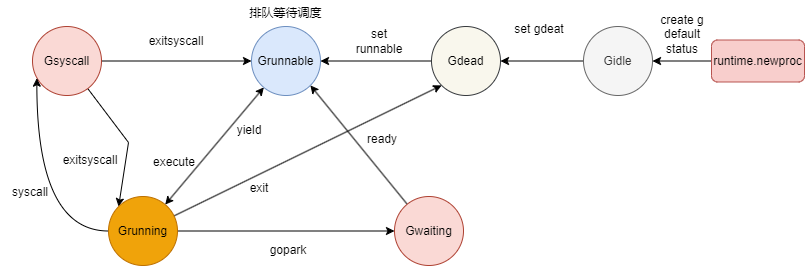
Before: go/goroutine状态机.drawio.png, a diagram exported from draw.io (xmopen/drawio). Source tidied: cells renumbered, new cells last; positions are measured from the earlier drawing's top-left corner, leaving out a move shared by most shapes. The source it was exported from:
```xml
<mxGraphModel>
  <root>
    <mxCell id="0" />
    <mxCell id="1" parent="0" />
    <mxCell id="2" style="edgeStyle=orthogonalEdgeStyle;rounded=0;jettySize=auto;html=1;entryX=0;entryY=0.5;entryDx=0;entryDy=0;" parent="1" edge="1" source="4" target="8">
      <mxGeometry relative="1" as="geometry" />
    </mxCell>
    <mxCell id="3" style="rounded=0;jettySize=auto;html=1;entryX=0;entryY=0;entryDx=0;entryDy=0;" parent="1" edge="1" source="4" target="11">
      <mxGeometry relative="1" as="geometry">
        <Array as="points">
          <mxPoint x="128" y="142" />
        </Array>
      </mxGeometry>
    </mxCell>
    <mxCell id="4" value="Gsyscall" style="ellipse;whiteSpace=wrap;html=1;fillColor=#fad9d5;strokeColor=#ae4132;" parent="1" vertex="1">
      <mxGeometry x="32" y="26" width="69" height="69" as="geometry" />
    </mxCell>
    <mxCell id="5" style="edgeStyle=orthogonalEdgeStyle;rounded=0;jettySize=auto;html=1;entryX=1;entryY=0.5;entryDx=0;entryDy=0;" parent="1" edge="1" source="6" target="23">
      <mxGeometry relative="1" as="geometry" />
    </mxCell>
    <mxCell id="6" value="runtime.newproc" style="rounded=1;whiteSpace=wrap;html=1;fillColor=#f8cecc;strokeColor=#b85450;" parent="1" vertex="1">
      <mxGeometry x="711" y="39.5" width="93" height="42" as="geometry" />
    </mxCell>
    <mxCell id="7" style="rounded=0;jettySize=auto;html=1;startArrow=classic;startFill=1;" parent="1" edge="1" source="8" target="11">
      <mxGeometry relative="1" as="geometry" />
    </mxCell>
    <mxCell id="8" value="Grunnable" style="ellipse;whiteSpace=wrap;html=1;fillColor=#dae8fc;strokeColor=#6c8ebf;" parent="1" vertex="1">
      <mxGeometry x="251" y="26" width="69" height="69" as="geometry" />
    </mxCell>
    <mxCell id="9" style="edgeStyle=orthogonalEdgeStyle;rounded=0;jettySize=auto;html=1;entryX=0;entryY=0.5;entryDx=0;entryDy=0;" parent="1" edge="1" source="11" target="13">
      <mxGeometry relative="1" as="geometry" />
    </mxCell>
    <mxCell id="10" style="rounded=0;jettySize=auto;html=1;entryX=0;entryY=1;entryDx=0;entryDy=0;" parent="1" edge="1" source="11" target="25">
      <mxGeometry relative="1" as="geometry" />
    </mxCell>
    <mxCell id="11" value="Grunning" style="ellipse;whiteSpace=wrap;html=1;fillColor=#f0a30a;strokeColor=#BD7000;fontColor=#000000;" parent="1" vertex="1">
      <mxGeometry x="108" y="196" width="69" height="69" as="geometry" />
    </mxCell>
    <mxCell id="12" style="rounded=0;jettySize=auto;html=1;entryX=1;entryY=1;entryDx=0;entryDy=0;" parent="1" edge="1" source="13" target="8">
      <mxGeometry relative="1" as="geometry" />
    </mxCell>
    <mxCell id="13" value="Gwaiting" style="ellipse;whiteSpace=wrap;html=1;fillColor=#fad9d5;strokeColor=#ae4132;" parent="1" vertex="1">
      <mxGeometry x="394" y="196" width="69" height="69" as="geometry" />
    </mxCell>
    <mxCell id="14" value="gopark" style="text;html=1;strokeColor=none;fillColor=none;align=center;verticalAlign=middle;whiteSpace=wrap;rounded=0;" parent="1" vertex="1">
      <mxGeometry x="258" y="235" width="60" height="30" as="geometry" />
    </mxCell>
    <mxCell id="15" value="execute" style="text;html=1;strokeColor=none;fillColor=none;align=center;verticalAlign=middle;whiteSpace=wrap;rounded=0;" parent="1" vertex="1">
      <mxGeometry x="144" y="147" width="60" height="30" as="geometry" />
    </mxCell>
    <mxCell id="16" value="yield" style="text;html=1;strokeColor=none;fillColor=none;align=center;verticalAlign=middle;whiteSpace=wrap;rounded=0;" parent="1" vertex="1">
      <mxGeometry x="219" y="115" width="60" height="30" as="geometry" />
    </mxCell>
    <mxCell id="17" value="ready" style="text;html=1;strokeColor=none;fillColor=none;align=center;verticalAlign=middle;whiteSpace=wrap;rounded=0;" parent="1" vertex="1">
      <mxGeometry x="352" y="124" width="60" height="30" as="geometry" />
    </mxCell>
    <mxCell id="18" style="edgeStyle=orthogonalEdgeStyle;rounded=0;jettySize=auto;html=1;entryX=0.063;entryY=0.749;entryDx=0;entryDy=0;entryPerimeter=0;curved=1;" parent="1" edge="1" source="11" target="4">
      <mxGeometry relative="1" as="geometry" />
    </mxCell>
    <mxCell id="19" value="syscall" style="text;html=1;strokeColor=none;fillColor=none;align=center;verticalAlign=middle;whiteSpace=wrap;rounded=0;" parent="1" vertex="1">
      <mxGeometry y="177" width="60" height="30" as="geometry" />
    </mxCell>
    <mxCell id="20" value="exitsyscall" style="text;html=1;strokeColor=none;fillColor=none;align=center;verticalAlign=middle;whiteSpace=wrap;rounded=0;" parent="1" vertex="1">
      <mxGeometry x="60" y="145" width="60" height="30" as="geometry" />
    </mxCell>
    <mxCell id="21" value="exitsyscall" style="text;html=1;strokeColor=none;fillColor=none;align=center;verticalAlign=middle;whiteSpace=wrap;rounded=0;" parent="1" vertex="1">
      <mxGeometry x="146" y="26" width="60" height="30" as="geometry" />
    </mxCell>
    <mxCell id="22" style="edgeStyle=orthogonalEdgeStyle;rounded=0;jettySize=auto;html=1;" parent="1" edge="1" source="23" target="25">
      <mxGeometry relative="1" as="geometry" />
    </mxCell>
    <mxCell id="23" value="Gidle" style="ellipse;whiteSpace=wrap;html=1;fillColor=#f5f5f5;fontColor=#333333;strokeColor=#666666;" parent="1" vertex="1">
      <mxGeometry x="583" y="26" width="69" height="69" as="geometry" />
    </mxCell>
    <mxCell id="24" style="edgeStyle=orthogonalEdgeStyle;rounded=0;jettySize=auto;html=1;" parent="1" edge="1" source="25" target="8">
      <mxGeometry relative="1" as="geometry" />
    </mxCell>
    <mxCell id="25" value="Gdead" style="ellipse;whiteSpace=wrap;html=1;fillColor=#f9f7ed;strokeColor=#36393d;" parent="1" vertex="1">
      <mxGeometry x="431" y="26" width="69" height="69" as="geometry" />
    </mxCell>
    <mxCell id="26" value="排队等待调度" style="text;html=1;strokeColor=none;fillColor=none;align=center;verticalAlign=middle;whiteSpace=wrap;rounded=0;" parent="1" vertex="1">
      <mxGeometry x="246" width="79" height="26" as="geometry" />
    </mxCell>
    <mxCell id="27" value="exit" style="text;html=1;strokeColor=none;fillColor=none;align=center;verticalAlign=middle;whiteSpace=wrap;rounded=0;" parent="1" vertex="1">
      <mxGeometry x="229" y="173" width="60" height="30" as="geometry" />
    </mxCell>
    <mxCell id="28" value="create g default status" style="text;html=1;strokeColor=none;fillColor=none;align=center;verticalAlign=middle;whiteSpace=wrap;rounded=0;" parent="1" vertex="1">
      <mxGeometry x="652" y="19" width="60" height="30" as="geometry" />
    </mxCell>
    <mxCell id="29" value="set gdeat" style="text;html=1;strokeColor=none;fillColor=none;align=center;verticalAlign=middle;whiteSpace=wrap;rounded=0;" parent="1" vertex="1">
      <mxGeometry x="509" y="14" width="60" height="30" as="geometry" />
    </mxCell>
    <mxCell id="30" value="set runnable" style="text;html=1;strokeColor=none;fillColor=none;align=center;verticalAlign=middle;whiteSpace=wrap;rounded=0;" parent="1" vertex="1">
      <mxGeometry x="349" y="26" width="60" height="30" as="geometry" />
    </mxCell>
  </root>
</mxGraphModel>
```
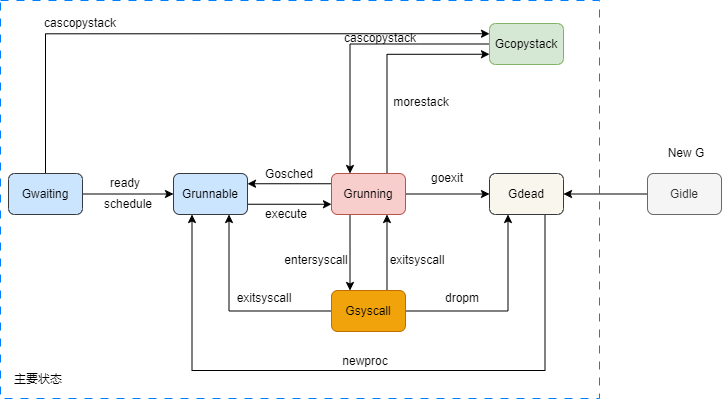
The same file after the commit.

Commit message:
更新goroutine状态机.drawio.png

Diff of the diagram source:
```diff
@@ -2,96 +2,122 @@
   <root>
     <mxCell id="0" />
     <mxCell id="1" parent="0" />
-    <mxCell id="2" style="edgeStyle=orthogonalEdgeStyle;rounded=0;jettySize=auto;html=1;entryX=0;entryY=0.5;entryDx=0;entryDy=0;" parent="1" edge="1" source="4" target="8">
-      <mxGeometry relative="1" as="geometry" />
-    </mxCell>
-    <mxCell id="3" style="rounded=0;jettySize=auto;html=1;entryX=0;entryY=0;entryDx=0;entryDy=0;" parent="1" edge="1" source="4" target="11">
-      <mxGeometry relative="1" as="geometry">
-        <Array as="points">
-          <mxPoint x="128" y="142" />
-        </Array>
-      </mxGeometry>
-    </mxCell>
-    <mxCell id="4" value="Gsyscall" style="ellipse;whiteSpace=wrap;html=1;fillColor=#fad9d5;strokeColor=#ae4132;" parent="1" vertex="1">
-      <mxGeometry x="32" y="26" width="69" height="69" as="geometry" />
-    </mxCell>
-    <mxCell id="5" style="edgeStyle=orthogonalEdgeStyle;rounded=0;jettySize=auto;html=1;entryX=1;entryY=0.5;entryDx=0;entryDy=0;" parent="1" edge="1" source="6" target="23">
-      <mxGeometry relative="1" as="geometry" />
-    </mxCell>
-    <mxCell id="6" value="runtime.newproc" style="rounded=1;whiteSpace=wrap;html=1;fillColor=#f8cecc;strokeColor=#b85450;" parent="1" vertex="1">
-      <mxGeometry x="711" y="39.5" width="93" height="42" as="geometry" />
-    </mxCell>
+    <mxCell id="31" style="rounded=0;whiteSpace=wrap;html=1;dashed=1;dashPattern=8 8;strokeColor=#007FFF;" parent="1" vertex="1">
+      <mxGeometry x="196" y="556" width="599" height="398" as="geometry" />
+    </mxCell>
+    <mxCell id="22" style="edgeStyle=orthogonalEdgeStyle;rounded=0;jettySize=auto;html=1;" parent="1" edge="1" source="23" target="25">
+      <mxGeometry relative="1" as="geometry" />
+    </mxCell>
+    <mxCell id="23" value="Gidle" style="rounded=1;whiteSpace=wrap;html=1;fillColor=#f5f5f5;fontColor=#333333;strokeColor=#666666;" parent="1" vertex="1">
+      <mxGeometry x="843" y="729" width="74" height="41" as="geometry" />
+    </mxCell>
+    <mxCell id="32" value="New G" style="text;html=1;strokeColor=none;fillColor=none;align=center;verticalAlign=middle;whiteSpace=wrap;rounded=0;" parent="1" vertex="1">
+      <mxGeometry x="852" y="694" width="60" height="30" as="geometry" />
+    </mxCell>
+    <mxCell id="24" style="edgeStyle=orthogonalEdgeStyle;rounded=0;jettySize=auto;html=1;exitX=0.75;exitY=1;exitDx=0;exitDy=0;entryX=0.25;entryY=1;entryDx=0;entryDy=0;" parent="1" edge="1" source="25" target="8">
+      <mxGeometry relative="1" as="geometry">
+        <Array as="points">
+          <mxPoint x="741" y="926" />
+          <mxPoint x="388" y="926" />
+        </Array>
+      </mxGeometry>
+    </mxCell>
+    <mxCell id="25" value="Gdead" style="rounded=1;whiteSpace=wrap;html=1;fillColor=#f9f7ed;strokeColor=#36393d;" parent="1" vertex="1">
+      <mxGeometry x="685" y="729" width="74" height="41" as="geometry" />
+    </mxCell>
+    <mxCell id="33" style="edgeStyle=orthogonalEdgeStyle;rounded=0;jettySize=auto;html=1;exitX=0;exitY=0.25;exitDx=0;exitDy=0;entryX=1;entryY=0.25;entryDx=0;entryDy=0;" parent="1" edge="1" source="11" target="8">
+      <mxGeometry relative="1" as="geometry" />
+    </mxCell>
+    <mxCell id="34" style="edgeStyle=orthogonalEdgeStyle;rounded=0;jettySize=auto;html=1;exitX=0.75;exitY=0;exitDx=0;exitDy=0;entryX=0;entryY=0.75;entryDx=0;entryDy=0;" parent="1" edge="1" source="11" target="37">
+      <mxGeometry relative="1" as="geometry" />
+    </mxCell>
+    <mxCell id="18" style="edgeStyle=orthogonalEdgeStyle;rounded=0;jettySize=auto;html=1;exitX=0.25;exitY=1;exitDx=0;exitDy=0;entryX=0.25;entryY=0;entryDx=0;entryDy=0;" parent="1" edge="1" source="11" target="4">
+      <mxGeometry relative="1" as="geometry" />
+    </mxCell>
+    <mxCell id="10" style="edgeStyle=orthogonalEdgeStyle;rounded=0;jettySize=auto;html=1;" parent="1" edge="1" source="11" target="25">
+      <mxGeometry relative="1" as="geometry" />
+    </mxCell>
+    <mxCell id="11" value="Grunning" style="rounded=1;whiteSpace=wrap;html=1;fillColor=#f8cecc;strokeColor=#b85450;" parent="1" vertex="1">
+      <mxGeometry x="527" y="729" width="74" height="41" as="geometry" />
+    </mxCell>
-    <mxCell id="7" style="rounded=0;jettySize=auto;html=1;startArrow=classic;startFill=1;" parent="1" edge="1" source="8" target="11">
+    <mxCell id="7" style="edgeStyle=orthogonalEdgeStyle;rounded=0;jettySize=auto;html=1;exitX=1;exitY=0.75;exitDx=0;exitDy=0;entryX=0;entryY=0.75;entryDx=0;entryDy=0;" parent="1" edge="1" source="8" target="11">
       <mxGeometry relative="1" as="geometry" />
     </mxCell>
-    <mxCell id="8" value="Grunnable" style="ellipse;whiteSpace=wrap;html=1;fillColor=#dae8fc;strokeColor=#6c8ebf;" parent="1" vertex="1">
-      <mxGeometry x="251" y="26" width="69" height="69" as="geometry" />
+    <mxCell id="8" value="Grunnable" style="rounded=1;whiteSpace=wrap;html=1;fillColor=#cce5ff;strokeColor=#36393d;" parent="1" vertex="1">
+      <mxGeometry x="369" y="729" width="74" height="41" as="geometry" />
     </mxCell>
-    <mxCell id="9" style="edgeStyle=orthogonalEdgeStyle;rounded=0;jettySize=auto;html=1;entryX=0;entryY=0.5;entryDx=0;entryDy=0;" parent="1" edge="1" source="11" target="13">
-      <mxGeometry relative="1" as="geometry" />
-    </mxCell>
-    <mxCell id="10" style="rounded=0;jettySize=auto;html=1;entryX=0;entryY=1;entryDx=0;entryDy=0;" parent="1" edge="1" source="11" target="25">
-      <mxGeometry relative="1" as="geometry" />
-    </mxCell>
-    <mxCell id="11" value="Grunning" style="ellipse;whiteSpace=wrap;html=1;fillColor=#f0a30a;strokeColor=#BD7000;fontColor=#000000;" parent="1" vertex="1">
-      <mxGeometry x="108" y="196" width="69" height="69" as="geometry" />
-    </mxCell>
+    <mxCell id="35" value="Gosched" style="text;html=1;strokeColor=none;fillColor=none;align=center;verticalAlign=middle;whiteSpace=wrap;rounded=0;" parent="1" vertex="1">
+      <mxGeometry x="455" y="715" width="60" height="30" as="geometry" />
+    </mxCell>
+    <mxCell id="15" value="execute" style="text;html=1;strokeColor=none;fillColor=none;align=center;verticalAlign=middle;whiteSpace=wrap;rounded=0;" parent="1" vertex="1">
+      <mxGeometry x="452" y="755" width="60" height="30" as="geometry" />
+    </mxCell>
+    <mxCell id="36" style="edgeStyle=orthogonalEdgeStyle;rounded=0;jettySize=auto;html=1;entryX=0.25;entryY=0;entryDx=0;entryDy=0;" parent="1" edge="1" source="37" target="11">
+      <mxGeometry relative="1" as="geometry" />
+    </mxCell>
+    <mxCell id="37" value="Gcopystack" style="rounded=1;whiteSpace=wrap;html=1;fillColor=#d5e8d4;strokeColor=#82b366;" parent="1" vertex="1">
+      <mxGeometry x="685" y="579" width="74" height="41" as="geometry" />
+    </mxCell>
+    <mxCell id="38" value="morestack" style="text;html=1;strokeColor=none;fillColor=none;align=center;verticalAlign=middle;whiteSpace=wrap;rounded=0;" parent="1" vertex="1">
+      <mxGeometry x="587" y="643" width="60" height="30" as="geometry" />
+    </mxCell>
+    <mxCell id="3" style="edgeStyle=orthogonalEdgeStyle;rounded=0;jettySize=auto;html=1;exitX=0.75;exitY=0;exitDx=0;exitDy=0;entryX=0.75;entryY=1;entryDx=0;entryDy=0;" parent="1" edge="1" source="4" target="11">
+      <mxGeometry relative="1" as="geometry" />
+    </mxCell>
+    <mxCell id="2" style="edgeStyle=orthogonalEdgeStyle;rounded=0;jettySize=auto;html=1;entryX=0.75;entryY=1;entryDx=0;entryDy=0;" parent="1" edge="1" source="4" target="8">
+      <mxGeometry relative="1" as="geometry" />
+    </mxCell>
+    <mxCell id="39" style="edgeStyle=orthogonalEdgeStyle;rounded=0;jettySize=auto;html=1;entryX=0.25;entryY=1;entryDx=0;entryDy=0;" parent="1" edge="1" source="4" target="25">
+      <mxGeometry relative="1" as="geometry" />
+    </mxCell>
+    <mxCell id="4" value="Gsyscall" style="rounded=1;whiteSpace=wrap;html=1;fillColor=#f0a30a;strokeColor=#BD7000;fontColor=#000000;" parent="1" vertex="1">
+      <mxGeometry x="527" y="846" width="74" height="41" as="geometry" />
+    </mxCell>
+    <mxCell id="40" value="cascopystack" style="text;html=1;strokeColor=none;fillColor=none;align=center;verticalAlign=middle;whiteSpace=wrap;rounded=0;" parent="1" vertex="1">
+      <mxGeometry x="546" y="579" width="60" height="30" as="geometry" />
+    </mxCell>
+    <mxCell id="41" style="edgeStyle=orthogonalEdgeStyle;rounded=0;jettySize=auto;html=1;entryX=0;entryY=0.25;entryDx=0;entryDy=0;" parent="1" edge="1" source="13" target="37">
+      <mxGeometry relative="1" as="geometry">
+        <Array as="points">
+          <mxPoint x="241" y="589" />
+        </Array>
+      </mxGeometry>
+    </mxCell>
-    <mxCell id="12" style="rounded=0;jettySize=auto;html=1;entryX=1;entryY=1;entryDx=0;entryDy=0;" parent="1" edge="1" source="13" target="8">
+    <mxCell id="12" style="edgeStyle=orthogonalEdgeStyle;rounded=0;jettySize=auto;html=1;entryX=0;entryY=0.5;entryDx=0;entryDy=0;" parent="1" edge="1" source="13" target="8">
       <mxGeometry relative="1" as="geometry" />
     </mxCell>
-    <mxCell id="13" value="Gwaiting" style="ellipse;whiteSpace=wrap;html=1;fillColor=#fad9d5;strokeColor=#ae4132;" parent="1" vertex="1">
-      <mxGeometry x="394" y="196" width="69" height="69" as="geometry" />
+    <mxCell id="13" value="Gwaiting" style="rounded=1;whiteSpace=wrap;html=1;fillColor=#cce5ff;strokeColor=#36393d;" parent="1" vertex="1">
+      <mxGeometry x="204" y="729" width="74" height="41" as="geometry" />
     </mxCell>
-    <mxCell id="14" value="gopark" style="text;html=1;strokeColor=none;fillColor=none;align=center;verticalAlign=middle;whiteSpace=wrap;rounded=0;" parent="1" vertex="1">
-      <mxGeometry x="258" y="235" width="60" height="30" as="geometry" />
-    </mxCell>
-    <mxCell id="15" value="execute" style="text;html=1;strokeColor=none;fillColor=none;align=center;verticalAlign=middle;whiteSpace=wrap;rounded=0;" parent="1" vertex="1">
-      <mxGeometry x="144" y="147" width="60" height="30" as="geometry" />
-    </mxCell>
-    <mxCell id="16" value="yield" style="text;html=1;strokeColor=none;fillColor=none;align=center;verticalAlign=middle;whiteSpace=wrap;rounded=0;" parent="1" vertex="1">
-      <mxGeometry x="219" y="115" width="60" height="30" as="geometry" />
-    </mxCell>
+    <mxCell id="42" value="cascopystack" style="text;html=1;strokeColor=none;fillColor=none;align=center;verticalAlign=middle;whiteSpace=wrap;rounded=0;" parent="1" vertex="1">
+      <mxGeometry x="246" y="564" width="60" height="30" as="geometry" />
+    </mxCell>
     <mxCell id="17" value="ready" style="text;html=1;strokeColor=none;fillColor=none;align=center;verticalAlign=middle;whiteSpace=wrap;rounded=0;" parent="1" vertex="1">
-      <mxGeometry x="352" y="124" width="60" height="30" as="geometry" />
+      <mxGeometry x="291" y="724" width="60" height="30" as="geometry" />
     </mxCell>
-    <mxCell id="18" style="edgeStyle=orthogonalEdgeStyle;rounded=0;jettySize=auto;html=1;entryX=0.063;entryY=0.749;entryDx=0;entryDy=0;entryPerimeter=0;curved=1;" parent="1" edge="1" source="11" target="4">
-      <mxGeometry relative="1" as="geometry" />
-    </mxCell>
-    <mxCell id="19" value="syscall" style="text;html=1;strokeColor=none;fillColor=none;align=center;verticalAlign=middle;whiteSpace=wrap;rounded=0;" parent="1" vertex="1">
-      <mxGeometry y="177" width="60" height="30" as="geometry" />
-    </mxCell>
-    <mxCell id="20" value="exitsyscall" style="text;html=1;strokeColor=none;fillColor=none;align=center;verticalAlign=middle;whiteSpace=wrap;rounded=0;" parent="1" vertex="1">
-      <mxGeometry x="60" y="145" width="60" height="30" as="geometry" />
-    </mxCell>
-    <mxCell id="21" value="exitsyscall" style="text;html=1;strokeColor=none;fillColor=none;align=center;verticalAlign=middle;whiteSpace=wrap;rounded=0;" parent="1" vertex="1">
-      <mxGeometry x="146" y="26" width="60" height="30" as="geometry" />
-    </mxCell>
-    <mxCell id="22" style="edgeStyle=orthogonalEdgeStyle;rounded=0;jettySize=auto;html=1;" parent="1" edge="1" source="23" target="25">
-      <mxGeometry relative="1" as="geometry" />
-    </mxCell>
-    <mxCell id="23" value="Gidle" style="ellipse;whiteSpace=wrap;html=1;fillColor=#f5f5f5;fontColor=#333333;strokeColor=#666666;" parent="1" vertex="1">
-      <mxGeometry x="583" y="26" width="69" height="69" as="geometry" />
-    </mxCell>
-    <mxCell id="24" style="edgeStyle=orthogonalEdgeStyle;rounded=0;jettySize=auto;html=1;" parent="1" edge="1" source="25" target="8">
-      <mxGeometry relative="1" as="geometry" />
-    </mxCell>
-    <mxCell id="25" value="Gdead" style="ellipse;whiteSpace=wrap;html=1;fillColor=#f9f7ed;strokeColor=#36393d;" parent="1" vertex="1">
-      <mxGeometry x="431" y="26" width="69" height="69" as="geometry" />
-    </mxCell>
-    <mxCell id="26" value="排队等待调度" style="text;html=1;strokeColor=none;fillColor=none;align=center;verticalAlign=middle;whiteSpace=wrap;rounded=0;" parent="1" vertex="1">
-      <mxGeometry x="246" width="79" height="26" as="geometry" />
-    </mxCell>
-    <mxCell id="27" value="exit" style="text;html=1;strokeColor=none;fillColor=none;align=center;verticalAlign=middle;whiteSpace=wrap;rounded=0;" parent="1" vertex="1">
-      <mxGeometry x="229" y="173" width="60" height="30" as="geometry" />
-    </mxCell>
-    <mxCell id="28" value="create g default status" style="text;html=1;strokeColor=none;fillColor=none;align=center;verticalAlign=middle;whiteSpace=wrap;rounded=0;" parent="1" vertex="1">
-      <mxGeometry x="652" y="19" width="60" height="30" as="geometry" />
-    </mxCell>
-    <mxCell id="29" value="set gdeat" style="text;html=1;strokeColor=none;fillColor=none;align=center;verticalAlign=middle;whiteSpace=wrap;rounded=0;" parent="1" vertex="1">
-      <mxGeometry x="509" y="14" width="60" height="30" as="geometry" />
-    </mxCell>
-    <mxCell id="30" value="set runnable" style="text;html=1;strokeColor=none;fillColor=none;align=center;verticalAlign=middle;whiteSpace=wrap;rounded=0;" parent="1" vertex="1">
-      <mxGeometry x="349" y="26" width="60" height="30" as="geometry" />
-    </mxCell>
+    <mxCell id="43" value="schedule" style="text;html=1;strokeColor=none;fillColor=none;align=center;verticalAlign=middle;whiteSpace=wrap;rounded=0;" parent="1" vertex="1">
+      <mxGeometry x="294" y="745" width="60" height="30" as="geometry" />
+    </mxCell>
+    <mxCell id="44" value="entersyscall" style="text;html=1;strokeColor=none;fillColor=none;align=center;verticalAlign=middle;whiteSpace=wrap;rounded=0;" parent="1" vertex="1">
+      <mxGeometry x="482" y="801" width="60" height="30" as="geometry" />
+    </mxCell>
+    <mxCell id="45" value="exitsyscall" style="text;html=1;strokeColor=none;fillColor=none;align=center;verticalAlign=middle;whiteSpace=wrap;rounded=0;" parent="1" vertex="1">
+      <mxGeometry x="583" y="801" width="60" height="30" as="geometry" />
+    </mxCell>
+    <mxCell id="46" value="exitsyscall" style="text;html=1;strokeColor=none;fillColor=none;align=center;verticalAlign=middle;whiteSpace=wrap;rounded=0;" parent="1" vertex="1">
+      <mxGeometry x="430" y="839" width="60" height="30" as="geometry" />
+    </mxCell>
+    <mxCell id="47" value="newproc" style="text;html=1;strokeColor=none;fillColor=none;align=center;verticalAlign=middle;whiteSpace=wrap;rounded=0;" parent="1" vertex="1">
+      <mxGeometry x="531" y="902" width="60" height="30" as="geometry" />
+    </mxCell>
+    <mxCell id="48" value="goexit" style="text;html=1;strokeColor=none;fillColor=none;align=center;verticalAlign=middle;whiteSpace=wrap;rounded=0;" parent="1" vertex="1">
+      <mxGeometry x="613" y="719" width="60" height="30" as="geometry" />
+    </mxCell>
+    <mxCell id="49" value="dropm" style="text;html=1;strokeColor=none;fillColor=none;align=center;verticalAlign=middle;whiteSpace=wrap;rounded=0;" parent="1" vertex="1">
+      <mxGeometry x="628" y="839" width="60" height="30" as="geometry" />
+    </mxCell>
+    <mxCell id="50" value="主要状态" style="text;html=1;strokeColor=none;fillColor=none;align=center;verticalAlign=middle;whiteSpace=wrap;rounded=0;" parent="1" vertex="1">
+      <mxGeometry x="204" y="920" width="60" height="30" as="geometry" />
+    </mxCell>
   </root>
 </mxGraphModel>
```
